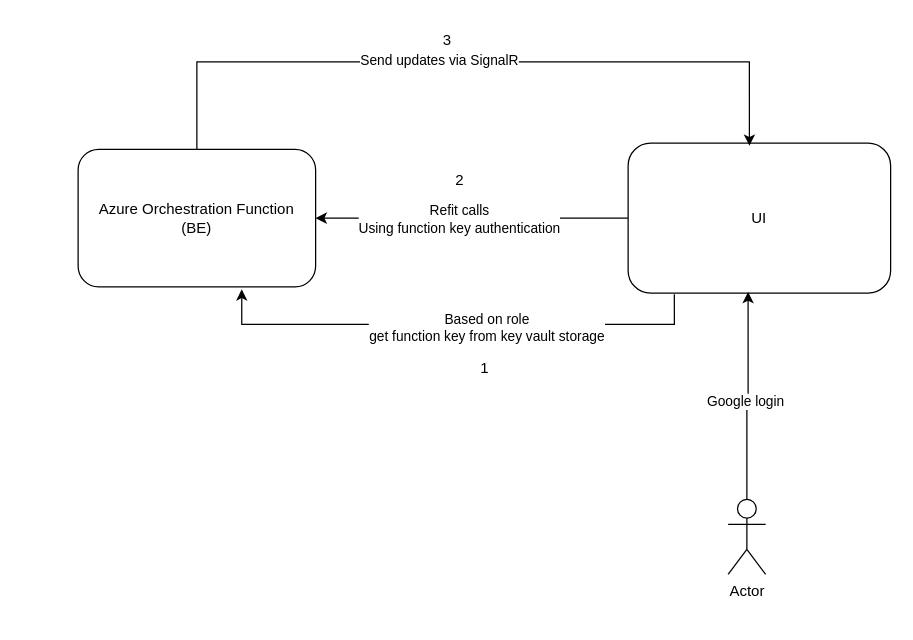
This is page "ComunicareFE-BE" (1 of 4) of Documentation/Assets/Digrams.drawio from popescumadalin0/fast-ride, a draw.io file, before an edit. Source tidied: cells renumbered, new cells numbered last; positions are measured from the earlier drawing's top-left corner, leaving out a move shared by most shapes. Both pictures are drawn from the tidied source at 125%, with x=0, y=0 at pixel (78, 21).
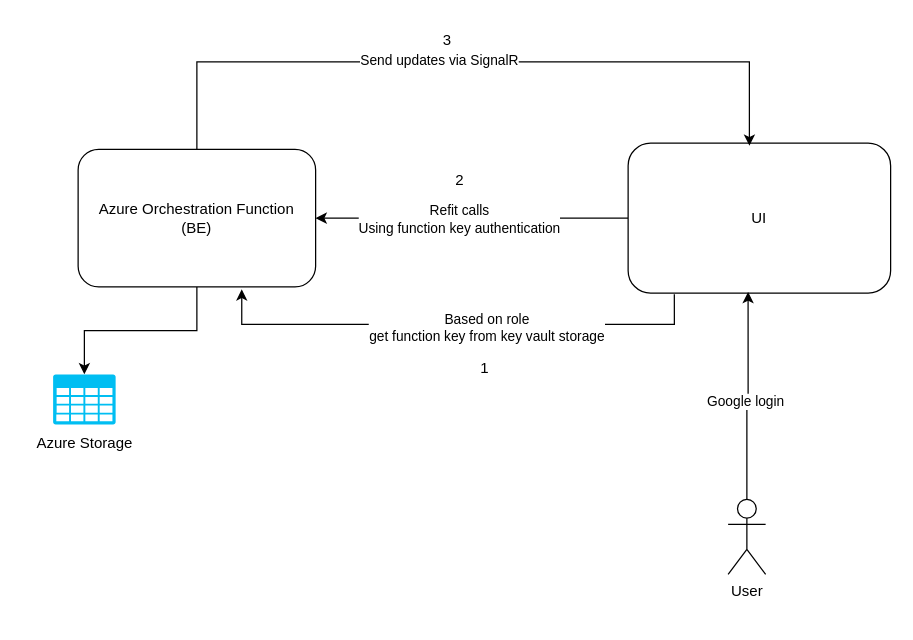
The same diagram, later.

Unchanged cells that the change refers to:
```xml
<mxCell id="5" value="Azure Orchestration Function&lt;br&gt;(BE)" style="rounded=1;whiteSpace=wrap;html=1;" parent="1" vertex="1">
  <mxGeometry y="102" width="190" height="110" as="geometry" />
</mxCell>
```

Change to the diagram source:
```diff
@@
-    <mxCell id="6" value="Actor" style="shape=umlActor;verticalLabelPosition=bottom;verticalAlign=top;html=1;outlineConnect=0;" parent="1" vertex="1">
+    <mxCell id="6" value="User&lt;div&gt;&lt;br&gt;&lt;/div&gt;" style="shape=umlActor;verticalLabelPosition=bottom;verticalAlign=top;html=1;outlineConnect=0;" parent="1" vertex="1">
       <mxGeometry x="520" y="382" width="30" height="60" as="geometry" />
     </mxCell>
@@
+    <mxCell id="16" style="verticalLabelPosition=bottom;html=1;verticalAlign=top;align=center;strokeColor=none;fillColor=#00BEF2;shape=mxgraph.azure.storage;" parent="1" vertex="1">
+      <mxGeometry x="-20" y="282" width="50" height="40" as="geometry" />
+    </mxCell>
+    <mxCell id="17" style="edgeStyle=orthogonalEdgeStyle;rounded=0;jettySize=auto;html=1;entryX=0.5;entryY=0;entryDx=0;entryDy=0;entryPerimeter=0;" parent="1" edge="1" source="5" target="16">
+      <mxGeometry relative="1" as="geometry" />
+    </mxCell>
+    <mxCell id="18" value="Azure Storage" style="text;html=1;align=center;verticalAlign=middle;strokeColor=none;fillColor=none;" parent="1" vertex="1">
+      <mxGeometry x="-45" y="322" width="100" height="30" as="geometry" />
+    </mxCell>
```
